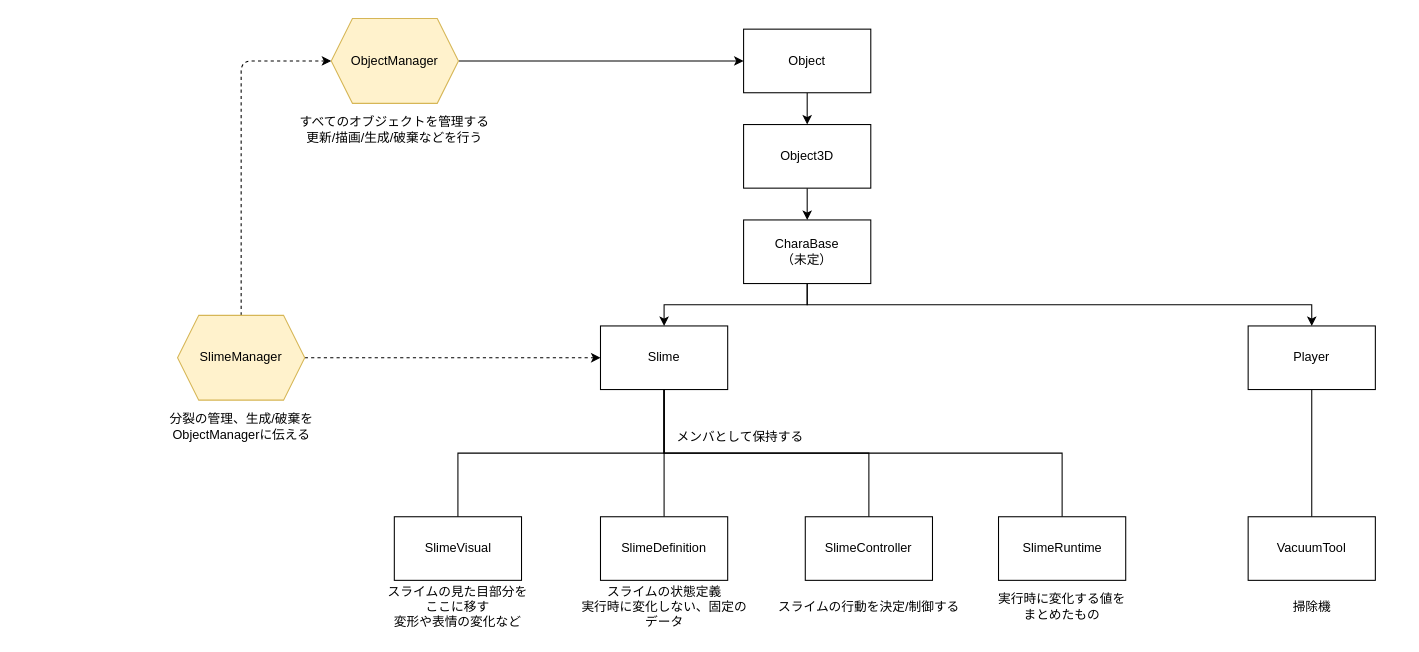
Earlier version of the draw.io diagram Slime3D.drawio (AyameOtani/Slime3D). Source tidied: cells renumbered, new cells numbered last; positions are measured from the earlier drawing's top-left corner, leaving out a move shared by most shapes. Both pictures are drawn from the tidied source at 106%, with x=0, y=0 at pixel (152, 18).
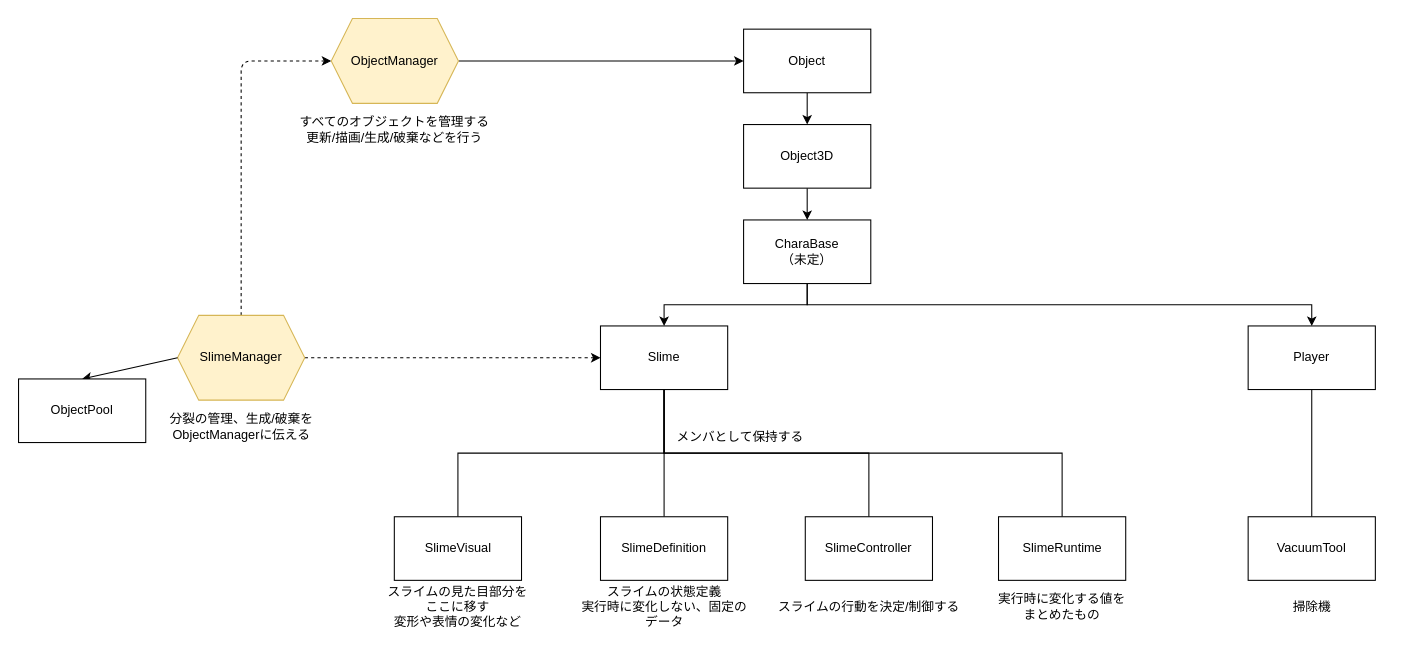
The same page after the edit.

Unchanged cells that the change refers to:
```xml
<mxCell id="18" value="SlimeManager" style="shape=hexagon;perimeter=hexagonPerimeter2;whiteSpace=wrap;html=1;shapeInside=1;fixedSize=1;fillColor=#fff2cc;strokeColor=#d6b656;" parent="1" vertex="1">
  <mxGeometry x="24" y="280" width="120" height="80" as="geometry" />
</mxCell>
```

The edit, as a diff of the source:
```diff
@@
+    <mxCell id="34" style="edgeStyle=none;html=1;exitX=0;exitY=0.5;exitDx=0;exitDy=0;entryX=0.5;entryY=0;entryDx=0;entryDy=0;" parent="1" edge="1" source="18" target="35">
+      <mxGeometry relative="1" as="geometry" />
+    </mxCell>
@@
+    <mxCell id="35" value="ObjectPool" style="rounded=0;whiteSpace=wrap;html=1;" parent="1" vertex="1">
+      <mxGeometry x="-126" y="340" width="120" height="60" as="geometry" />
+    </mxCell>
```
